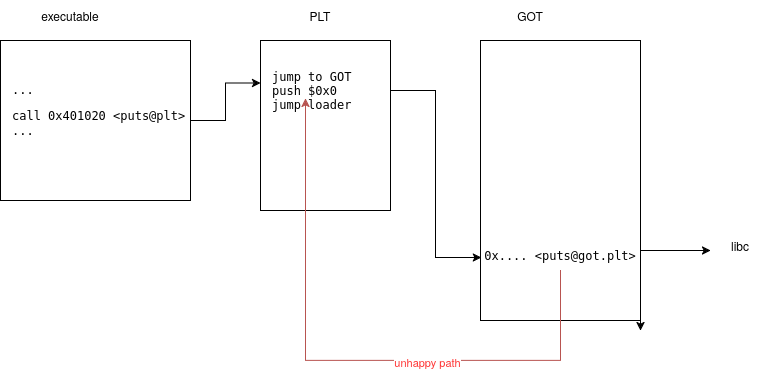
This is images/spelunking/plt_trace.drawio.png from Samir-Rashid/Samir-Rashid.github.io, a draw.io export, as it was before one commit. Source tidied: cells renumbered, new cells last; positions are measured from the earlier drawing's top-left corner, leaving out a move shared by most shapes. Its diagram source:
```xml
<mxGraphModel>
  <root>
    <mxCell id="0" />
    <mxCell id="1" parent="0" />
    <mxCell id="2" style="edgeStyle=orthogonalEdgeStyle;rounded=0;jettySize=auto;html=1;entryX=0;entryY=0.25;entryDx=0;entryDy=0;" parent="1" edge="1" source="3" target="4">
      <mxGeometry relative="1" as="geometry" />
    </mxCell>
    <mxCell id="3" style="rounded=0;whiteSpace=wrap;html=1;" parent="1" vertex="1">
      <mxGeometry y="40" width="190" height="160" as="geometry" />
    </mxCell>
    <mxCell id="4" style="rounded=0;whiteSpace=wrap;html=1;" parent="1" vertex="1">
      <mxGeometry x="260" y="40" width="130" height="170" as="geometry" />
    </mxCell>
    <mxCell id="5" style="edgeStyle=orthogonalEdgeStyle;rounded=0;jettySize=auto;html=1;exitX=1;exitY=0.75;exitDx=0;exitDy=0;" parent="1" edge="1" source="7">
      <mxGeometry relative="1" as="geometry">
        <mxPoint x="710" y="250" as="targetPoint" />
      </mxGeometry>
    </mxCell>
    <mxCell id="6" style="edgeStyle=orthogonalEdgeStyle;rounded=0;jettySize=auto;html=1;exitX=1;exitY=1;exitDx=0;exitDy=0;" parent="1" edge="1" source="7">
      <mxGeometry relative="1" as="geometry">
        <mxPoint x="640" y="330" as="targetPoint" />
      </mxGeometry>
    </mxCell>
    <mxCell id="7" style="rounded=0;whiteSpace=wrap;html=1;" parent="1" vertex="1">
      <mxGeometry x="480" y="40" width="160" height="280" as="geometry" />
    </mxCell>
    <mxCell id="8" value="executable" style="text;html=1;align=center;verticalAlign=middle;whiteSpace=wrap;rounded=0;" parent="1" vertex="1">
      <mxGeometry x="40" width="60" height="30" as="geometry" />
    </mxCell>
    <mxCell id="9" value="&lt;br&gt;&lt;div align=&quot;left&quot;&gt;&lt;br&gt;&lt;/div&gt;&lt;div align=&quot;left&quot;&gt;&lt;pre&gt;...&lt;/pre&gt;&lt;/div&gt;&lt;div align=&quot;left&quot;&gt;&lt;pre&gt;call 0x401020 &amp;lt;puts@plt&amp;gt;&lt;br&gt;...&lt;br&gt;&lt;/pre&gt;&lt;/div&gt;" style="text;html=1;align=left;verticalAlign=middle;whiteSpace=wrap;rounded=0;" parent="1" vertex="1">
      <mxGeometry x="10" y="80" width="130" height="30" as="geometry" />
    </mxCell>
    <mxCell id="10" value="PLT" style="text;html=1;align=center;verticalAlign=middle;whiteSpace=wrap;rounded=0;" parent="1" vertex="1">
      <mxGeometry x="290" width="60" height="30" as="geometry" />
    </mxCell>
    <mxCell id="11" style="edgeStyle=orthogonalEdgeStyle;rounded=0;jettySize=auto;html=1;fillColor=#f8cecc;strokeColor=#b85450;" parent="1" edge="1" source="13">
      <mxGeometry relative="1" as="geometry">
        <mxPoint x="305" y="98" as="targetPoint" />
        <Array as="points">
          <mxPoint x="560" y="360" />
          <mxPoint x="305" y="360" />
        </Array>
      </mxGeometry>
    </mxCell>
    <mxCell id="12" value="unhappy path" style="edgeLabel;html=1;align=center;verticalAlign=middle;fontColor=#FF3333;" parent="11" vertex="1">
      <mxGeometry x="-0.26" y="2" relative="1" as="geometry" />
    </mxCell>
    <mxCell id="13" value="&lt;pre&gt;0x.... &amp;lt;puts@got.plt&amp;gt;&lt;/pre&gt;" style="text;html=1;align=center;verticalAlign=middle;whiteSpace=wrap;rounded=0;" parent="1" vertex="1">
      <mxGeometry x="530" y="240" width="60" height="30" as="geometry" />
    </mxCell>
    <mxCell id="14" style="edgeStyle=orthogonalEdgeStyle;rounded=0;orthogonalLoop=1;jettySize=auto;html=1;exitX=0.5;exitY=1;exitDx=0;exitDy=0;" parent="1" edge="1" source="3" target="3">
      <mxGeometry relative="1" as="geometry" />
    </mxCell>
    <mxCell id="15" value="GOT" style="text;html=1;align=center;verticalAlign=middle;whiteSpace=wrap;rounded=0;" parent="1" vertex="1">
      <mxGeometry x="500" width="60" height="30" as="geometry" />
    </mxCell>
    <mxCell id="16" value="&lt;pre&gt;jump to GOT&lt;br&gt;push $0x0&lt;br&gt;jump loader&lt;br&gt;&lt;/pre&gt;" style="text;html=1;align=left;verticalAlign=middle;whiteSpace=wrap;rounded=0;" parent="1" vertex="1">
      <mxGeometry x="270" y="60" width="120" height="60" as="geometry" />
    </mxCell>
    <mxCell id="17" style="edgeStyle=orthogonalEdgeStyle;rounded=0;jettySize=auto;html=1;entryX=0.006;entryY=0.775;entryDx=0;entryDy=0;entryPerimeter=0;" parent="1" edge="1" source="16" target="7">
      <mxGeometry relative="1" as="geometry" />
    </mxCell>
    <mxCell id="18" value="libc" style="text;html=1;align=center;verticalAlign=middle;whiteSpace=wrap;rounded=0;" parent="1" vertex="1">
      <mxGeometry x="710" y="230" width="60" height="30" as="geometry" />
    </mxCell>
  </root>
</mxGraphModel>
```
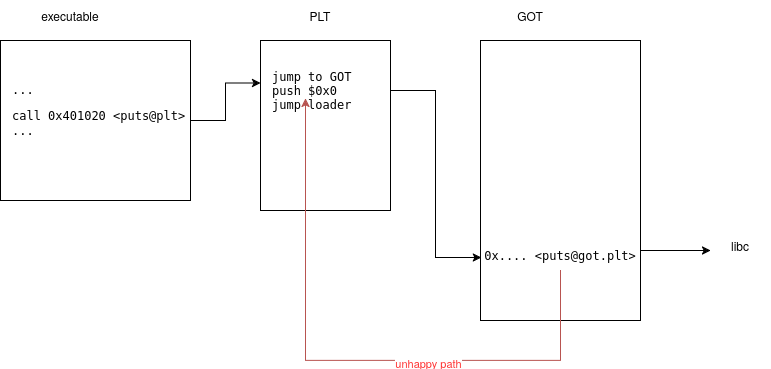
The same diagram one commit later.

Change to the diagram source:
```diff
@@ -16,11 +16,6 @@
         <mxPoint x="710" y="250" as="targetPoint" />
       </mxGeometry>
     </mxCell>
-    <mxCell id="6" style="edgeStyle=orthogonalEdgeStyle;rounded=0;jettySize=auto;html=1;exitX=1;exitY=1;exitDx=0;exitDy=0;" parent="1" edge="1" source="7">
-      <mxGeometry relative="1" as="geometry">
-        <mxPoint x="640" y="330" as="targetPoint" />
-      </mxGeometry>
-    </mxCell>
     <mxCell id="7" style="rounded=0;whiteSpace=wrap;html=1;" parent="1" vertex="1">
       <mxGeometry x="480" y="40" width="160" height="280" as="geometry" />
     </mxCell>
```
